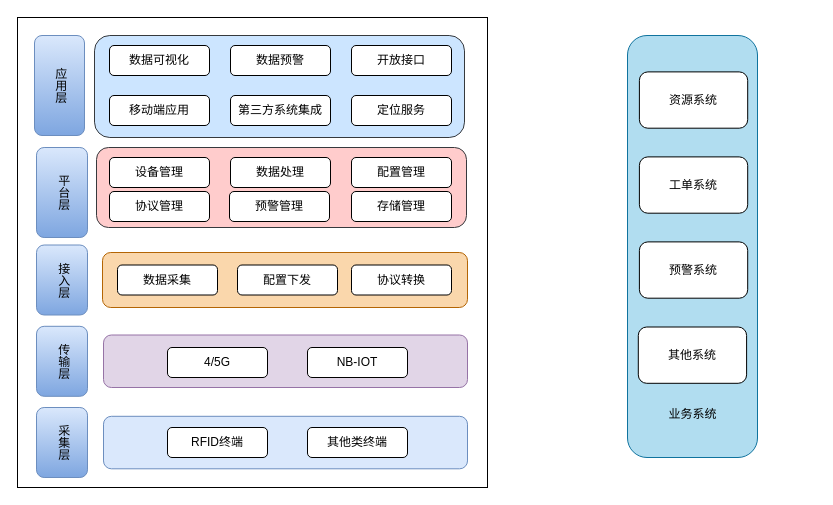
Before: 哑资源系统架构图.drawio in lvpv/atlas, a draw.io diagram. Source tidied: cells renumbered, new cells numbered last; positions are measured from the earlier drawing's top-left corner, leaving out a move shared by most shapes. Both pictures are drawn from the tidied source at 100%, with x=0, y=0 at pixel (17, 17).
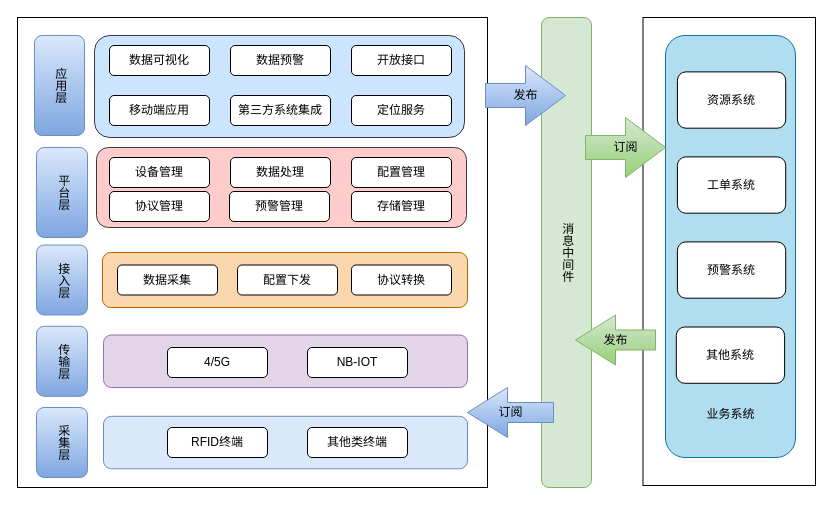
After the change.

Commit message (it also covers changes not shown here):
更新哑资源系统架构图.drawio

What changed in the source:
```diff
@@
     <mxCell id="21" style="group;" parent="1" vertex="1">
-      <mxGeometry x="610" y="18" width="130" height="422" as="geometry" />
+      <mxGeometry x="648" y="18" width="150" height="450" as="geometry" />
     </mxCell>
+    <mxCell id="39" style="rounded=0;whiteSpace=wrap;html=1;" parent="21" vertex="1">
+      <mxGeometry x="-22.5" y="-18" width="172.5" height="468" as="geometry" />
+    </mxCell>
@@
+    <mxCell id="40" value="消息中间件" style="rounded=1;whiteSpace=wrap;html=1;textDirection=vertical-lr;fillColor=#d5e8d4;strokeColor=#82b366;" parent="1" vertex="1">
+      <mxGeometry x="524" width="50" height="470" as="geometry" />
+    </mxCell>
+    <mxCell id="41" value="发布" style="html=1;shadow=0;dashed=0;align=center;verticalAlign=middle;shape=mxgraph.arrows2.arrow;dy=0.6;dx=40;notch=0;fillColor=#dae8fc;strokeColor=#6c8ebf;gradientColor=#7ea6e0;" parent="1" vertex="1">
+      <mxGeometry x="468" y="48" width="80" height="60" as="geometry" />
+    </mxCell>
+    <mxCell id="42" value="订阅" style="html=1;shadow=0;dashed=0;align=center;verticalAlign=middle;shape=mxgraph.arrows2.arrow;dy=0.6;dx=40;notch=0;fillColor=#d5e8d4;strokeColor=#82b366;gradientColor=#97d077;" parent="1" vertex="1">
+      <mxGeometry x="568" y="100" width="80" height="60" as="geometry" />
+    </mxCell>
+    <mxCell id="43" value="发布" style="html=1;shadow=0;dashed=0;align=center;verticalAlign=middle;shape=mxgraph.arrows2.arrow;dy=0.6;dx=40;flipH=1;notch=0;fillColor=#d5e8d4;gradientColor=#97d077;strokeColor=#82b366;" parent="1" vertex="1">
+      <mxGeometry x="558" y="297.5" width="80" height="50" as="geometry" />
+    </mxCell>
+    <mxCell id="44" value="订阅" style="html=1;shadow=0;dashed=0;align=center;verticalAlign=middle;shape=mxgraph.arrows2.arrow;dy=0.6;dx=40;flipH=1;notch=0;fillColor=#dae8fc;gradientColor=#7ea6e0;strokeColor=#6c8ebf;" parent="1" vertex="1">
+      <mxGeometry x="450" y="370" width="86" height="50" as="geometry" />
+    </mxCell>
```
